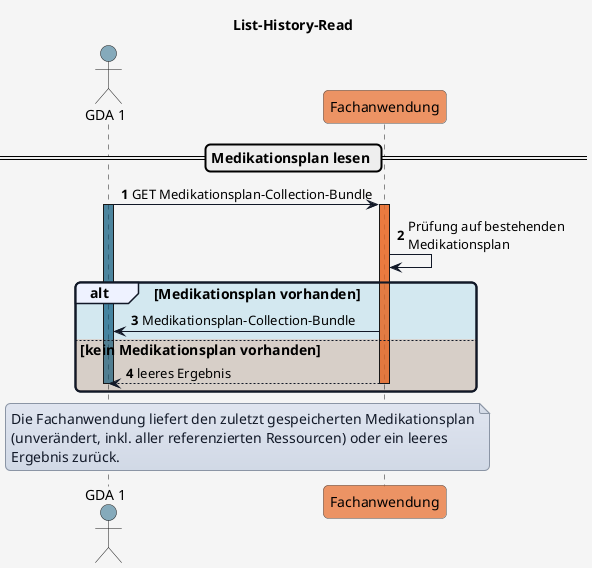
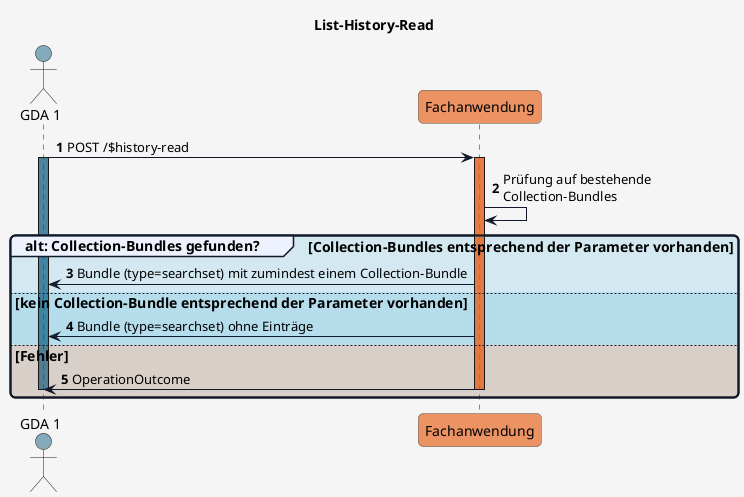
@startuml
title List-History-Read

'skinparam actorStyle awesome

skinparam borderColor #000000
skinparam backgroundColor #f5f5f5
skinparam shadowing false
skinparam roundCorner 10
skinparam defaultFontName "Arial"
skinparam defaultFontSize 14
skinparam defaultFontColor #000000
skinparam HyperlinkColor #0000EE
skinparam HyperlinkUnderline false
skinparam BoxPadding 20
skinparam BoxBorderColor #555555

skinparam note {
  BackgroundColor #e0e5f0-#d1d9e6
  BorderColor #8b95a5
  BorderThickness 1
  RoundCorner 0
  Padding 6
  FontColor #111827
  Shadowing false
}

skinparam sequence {
  ParticipantBorderColor #555555
  ParticipantBackgroundColor #ffffff
  ParticipantFontColor #000000
  ParticipantFontSize 14
  ParticipantPadding 20
  ArrowColor #111827
  ArrowThickness 1
  ArrowFontColor #000000
  ArrowFontSize 13
  GroupBorderColor #111827
  GroupBackgroundColor #eef2ff
  GroupBorderThickness 2
}

!define COLOR_GDA_1    #15608280
!define COLOR_GDA_2    #96607D80
!define COLOR_PATIENT  #196B2480
!define COLOR_APO      #0F9ED590
- !define COLOR_ELGA_FA  #e97232bd
+ !define COLOR_FA  #e97232bd
!define COLOR_E_REZEPT #cd3732a9

!define COLOR_OK       #0F9ED525
!define COLOR_ERROR    #E9713235


actor GDA_1 as "GDA 1" COLOR_GDA_1
- participant elga_FA as "Fachanwendung" COLOR_ELGA_FA
+ participant FA as "Fachanwendung" COLOR_FA


autonumber

- == Medikationsplan lesen ==
+ GDA_1 -> FA: POST /$history-read

- GDA_1 -> elga_FA: GET Medikationsplan-Collection-Bundle
activate GDA_1 COLOR_GDA_1
+ activate FA COLOR_FA

- activate elga_FA COLOR_ELGA_FA
- elga_FA -> elga_FA: Prüfung auf bestehenden\nMedikationsplan
+ FA -> FA: Prüfung auf bestehende\nCollection-Bundles

- alt COLOR_OK Medikationsplan vorhanden
-   elga_FA -> GDA_1: Medikationsplan-Collection-Bundle
- else COLOR_ERROR kein Medikationsplan vorhanden
-   elga_FA --> GDA_1: leeres Ergebnis
+ group COLOR_OK alt: Collection-Bundles gefunden? [Collection-Bundles entsprechend der Parameter vorhanden]
+   FA -> GDA_1: Bundle (type=searchset) mit zumindest einem Collection-Bundle
+ else COLOR_OK kein Collection-Bundle entsprechend der Parameter vorhanden
+   FA -> GDA_1: Bundle (type=searchset) ohne Einträge
+ else COLOR_ERROR Fehler
+   FA -> GDA_1: OperationOutcome
  deactivate GDA_1
-   deactivate elga_FA
+   deactivate FA
end

- note over GDA_1, elga_FA
- Die Fachanwendung liefert den zuletzt gespeicherten Medikationsplan
- (unverändert, inkl. aller referenzierten Ressourcen) oder ein leeres
- Ergebnis zurück.
- end note
- 
- 
@enduml